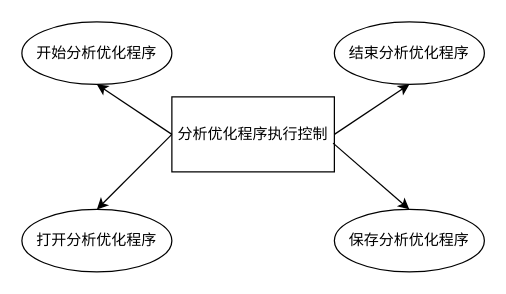
shanshan-lu/homwork keeps this draw.io diagram as doc/control.drawio. Above is the earlier version. Source tidied: cells renumbered, new cells numbered last; positions are measured from the earlier drawing's top-left corner, leaving out a move shared by most shapes. Both pictures are drawn from the tidied source at 125%, with x=0, y=0 at pixel (21, 21).
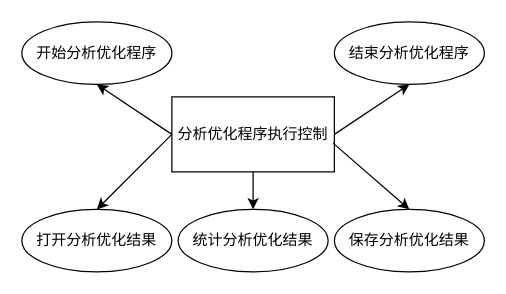
Above is the later version.

Change to the diagram source:
```diff
@@
 <mxGraphModel>
   <root>
     <mxCell id="0" />
     <mxCell id="1" parent="0" />
+    <mxCell id="11" style="edgeStyle=orthogonalEdgeStyle;rounded=0;jettySize=auto;html=1;exitX=0.5;exitY=1;exitDx=0;exitDy=0;" parent="1" edge="1" source="2" target="12">
+      <mxGeometry relative="1" as="geometry" />
+    </mxCell>
     <mxCell id="2" value="分析优化程序执行控制" style="rounded=0;whiteSpace=wrap;html=1;" parent="1" vertex="1">
       <mxGeometry x="120" y="60" width="130" height="60" as="geometry" />
     </mxCell>
     <mxCell id="3" value="开始分析优化程序" style="ellipse;whiteSpace=wrap;html=1;" parent="1" vertex="1">
       <mxGeometry width="120" height="50" as="geometry" />
     </mxCell>
     <mxCell id="4" value="结束分析优化程序" style="ellipse;whiteSpace=wrap;html=1;" parent="1" vertex="1">
       <mxGeometry x="250" width="120" height="50" as="geometry" />
     </mxCell>
-    <mxCell id="5" value="打开分析优化程序" style="ellipse;whiteSpace=wrap;html=1;" parent="1" vertex="1">
+    <mxCell id="5" value="打开分析优化结果" style="ellipse;whiteSpace=wrap;html=1;" parent="1" vertex="1">
       <mxGeometry y="150" width="120" height="50" as="geometry" />
     </mxCell>
-    <mxCell id="6" value="保存分析优化程序" style="ellipse;whiteSpace=wrap;html=1;" parent="1" vertex="1">
+    <mxCell id="6" value="保存分析优化结果" style="ellipse;whiteSpace=wrap;html=1;" parent="1" vertex="1">
       <mxGeometry x="250" y="150" width="120" height="50" as="geometry" />
     </mxCell>
     <mxCell id="7" style="endArrow=classic;html=1;rounded=0;exitX=0;exitY=0.5;exitDx=0;exitDy=0;entryX=0.5;entryY=1;entryDx=0;entryDy=0;" parent="1" edge="1" source="2" target="3">
       <mxGeometry relative="1" as="geometry" />
     </mxCell>
     <mxCell id="8" style="endArrow=classic;html=1;rounded=0;exitX=0;exitY=0.5;exitDx=0;exitDy=0;entryX=0.5;entryY=0;entryDx=0;entryDy=0;" parent="1" edge="1" source="2" target="5">
       <mxGeometry relative="1" as="geometry" />
     </mxCell>
     <mxCell id="9" style="endArrow=classic;html=1;rounded=0;exitX=1;exitY=0.5;exitDx=0;exitDy=0;entryX=0.5;entryY=1;entryDx=0;entryDy=0;" parent="1" edge="1" source="2" target="4">
       <mxGeometry relative="1" as="geometry" />
     </mxCell>
     <mxCell id="10" style="endArrow=classic;html=1;rounded=0;exitX=0.992;exitY=0.617;exitDx=0;exitDy=0;exitPerimeter=0;entryX=0.5;entryY=0;entryDx=0;entryDy=0;" parent="1" edge="1" source="2" target="6">
       <mxGeometry relative="1" as="geometry" />
     </mxCell>
+    <mxCell id="12" value="统计分析优化结果" style="ellipse;whiteSpace=wrap;html=1;" parent="1" vertex="1">
+      <mxGeometry x="125" y="150" width="120" height="50" as="geometry" />
+    </mxCell>
   </root>
 </mxGraphModel>
```
